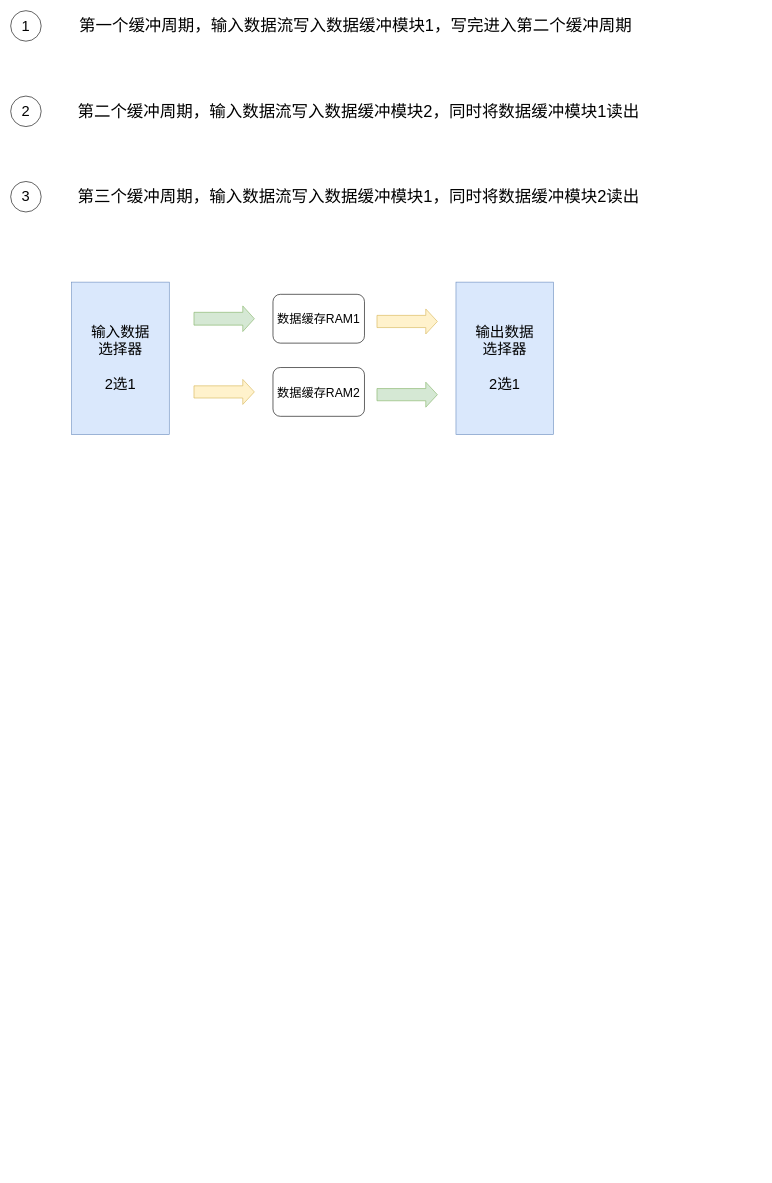
Before: pingpong/pingpong.drawio in zhangxun-avic/FPGA-image-processing, a draw.io diagram. Source tidied: cells renumbered, new cells numbered last; positions are measured from the earlier drawing's top-left corner, leaving out a move shared by most shapes. Both pictures are drawn from the tidied source at 61%, with x=0, y=0 at pixel (10, 10).
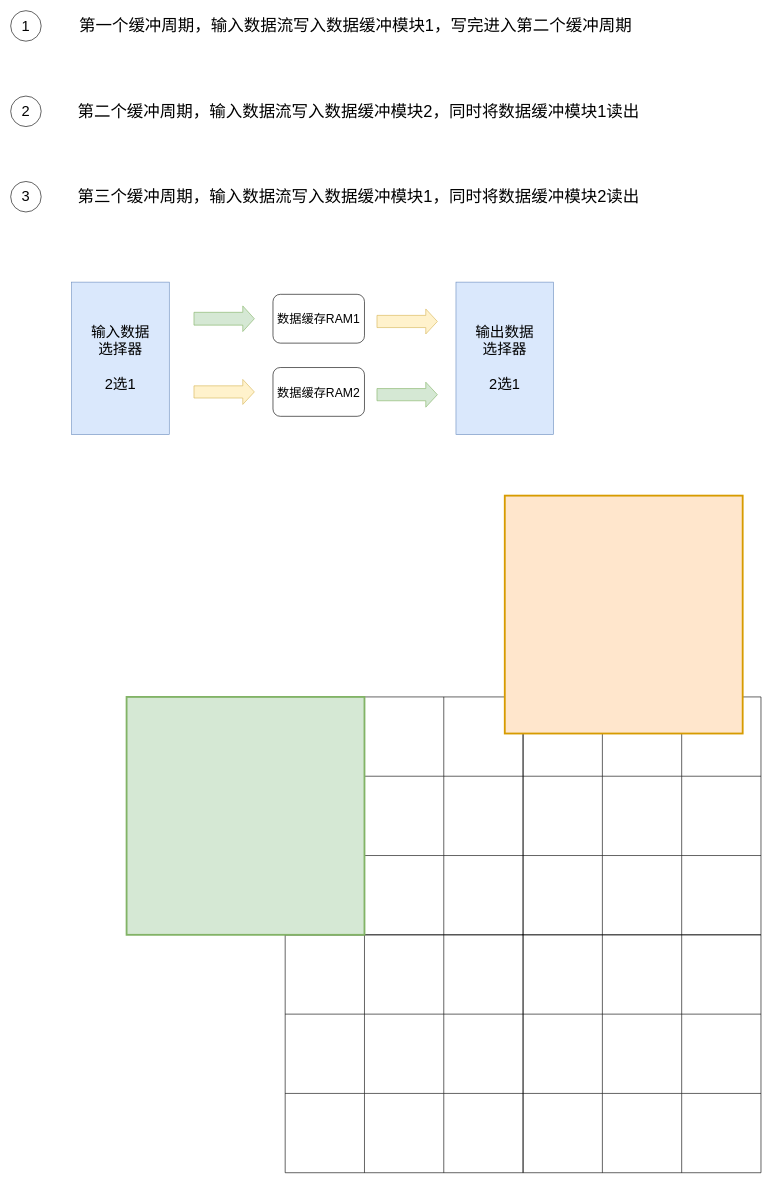
After the change.

What changed in the source:
```diff
@@
+    <mxCell id="16" style="shape=table;startSize=0;childLayout=tableLayout;fontSize=16;fillColor=none;" parent="1" vertex="1">
+      <mxGeometry x="450" y="1125" width="390" height="390" as="geometry" />
+    </mxCell>
+    <mxCell id="17" style="shape=tableRow;horizontal=0;startSize=0;swimlaneHead=0;swimlaneBody=0;strokeColor=inherit;top=0;left=0;bottom=0;right=0;fillColor=none;fontSize=16;" parent="16" vertex="1">
+      <mxGeometry width="390" height="130" as="geometry" />
+    </mxCell>
+    <mxCell id="18" style="shape=partialRectangle;html=1;whiteSpace=wrap;strokeColor=inherit;overflow=hidden;fillColor=none;top=0;left=0;bottom=0;right=0;fontSize=16;" parent="17" vertex="1">
+      <mxGeometry width="130" height="130" as="geometry" />
+    </mxCell>
+    <mxCell id="19" style="shape=partialRectangle;html=1;whiteSpace=wrap;strokeColor=inherit;overflow=hidden;fillColor=none;top=0;left=0;bottom=0;right=0;fontSize=16;" parent="17" vertex="1">
+      <mxGeometry x="130" width="130" height="130" as="geometry" />
+    </mxCell>
+    <mxCell id="20" style="shape=partialRectangle;html=1;whiteSpace=wrap;strokeColor=inherit;overflow=hidden;fillColor=none;top=0;left=0;bottom=0;right=0;fontSize=16;" parent="17" vertex="1">
+      <mxGeometry x="260" width="130" height="130" as="geometry" />
+    </mxCell>
+    <mxCell id="21" style="shape=tableRow;horizontal=0;startSize=0;swimlaneHead=0;swimlaneBody=0;strokeColor=inherit;top=0;left=0;bottom=0;right=0;fillColor=none;fontSize=16;" parent="16" vertex="1">
+      <mxGeometry y="130" width="390" height="130" as="geometry" />
+    </mxCell>
+    <mxCell id="22" style="shape=partialRectangle;html=1;whiteSpace=wrap;strokeColor=inherit;overflow=hidden;fillColor=none;top=0;left=0;bottom=0;right=0;fontSize=16;" parent="21" vertex="1">
+      <mxGeometry width="130" height="130" as="geometry" />
+    </mxCell>
+    <mxCell id="23" style="shape=partialRectangle;html=1;whiteSpace=wrap;strokeColor=inherit;overflow=hidden;fillColor=none;top=0;left=0;bottom=0;right=0;fontSize=16;" parent="21" vertex="1">
+      <mxGeometry x="130" width="130" height="130" as="geometry" />
+    </mxCell>
+    <mxCell id="24" style="shape=partialRectangle;html=1;whiteSpace=wrap;strokeColor=inherit;overflow=hidden;fillColor=none;top=0;left=0;bottom=0;right=0;fontSize=16;" parent="21" vertex="1">
+      <mxGeometry x="260" width="130" height="130" as="geometry" />
+    </mxCell>
+    <mxCell id="25" style="shape=tableRow;horizontal=0;startSize=0;swimlaneHead=0;swimlaneBody=0;strokeColor=inherit;top=0;left=0;bottom=0;right=0;fillColor=none;fontSize=16;" parent="16" vertex="1">
+      <mxGeometry y="260" width="390" height="130" as="geometry" />
+    </mxCell>
+    <mxCell id="26" style="shape=partialRectangle;html=1;whiteSpace=wrap;strokeColor=inherit;overflow=hidden;fillColor=none;top=0;left=0;bottom=0;right=0;fontSize=16;" parent="25" vertex="1">
+      <mxGeometry width="130" height="130" as="geometry" />
+    </mxCell>
+    <mxCell id="27" style="shape=partialRectangle;html=1;whiteSpace=wrap;strokeColor=inherit;overflow=hidden;fillColor=none;top=0;left=0;bottom=0;right=0;fontSize=16;" parent="25" vertex="1">
+      <mxGeometry x="130" width="130" height="130" as="geometry" />
+    </mxCell>
+    <mxCell id="28" style="shape=partialRectangle;html=1;whiteSpace=wrap;strokeColor=inherit;overflow=hidden;fillColor=none;top=0;left=0;bottom=0;right=0;fontSize=16;" parent="25" vertex="1">
+      <mxGeometry x="260" width="130" height="130" as="geometry" />
+    </mxCell>
+    <mxCell id="29" style="shape=table;startSize=0;childLayout=tableLayout;fontSize=16;fillColor=none;" parent="1" vertex="1">
+      <mxGeometry x="840" y="1125" width="390" height="390" as="geometry" />
+    </mxCell>
+    <mxCell id="30" style="shape=tableRow;horizontal=0;startSize=0;swimlaneHead=0;swimlaneBody=0;strokeColor=inherit;top=0;left=0;bottom=0;right=0;fillColor=none;fontSize=16;" parent="29" vertex="1">
+      <mxGeometry width="390" height="130" as="geometry" />
+    </mxCell>
+    <mxCell id="31" style="shape=partialRectangle;html=1;whiteSpace=wrap;strokeColor=inherit;overflow=hidden;fillColor=none;top=0;left=0;bottom=0;right=0;fontSize=16;" parent="30" vertex="1">
+      <mxGeometry width="130" height="130" as="geometry" />
+    </mxCell>
+    <mxCell id="32" style="shape=partialRectangle;html=1;whiteSpace=wrap;strokeColor=inherit;overflow=hidden;fillColor=none;top=0;left=0;bottom=0;right=0;fontSize=16;" parent="30" vertex="1">
+      <mxGeometry x="130" width="130" height="130" as="geometry" />
+    </mxCell>
+    <mxCell id="33" style="shape=partialRectangle;html=1;whiteSpace=wrap;strokeColor=inherit;overflow=hidden;fillColor=none;top=0;left=0;bottom=0;right=0;fontSize=16;" parent="30" vertex="1">
+      <mxGeometry x="260" width="130" height="130" as="geometry" />
+    </mxCell>
+    <mxCell id="34" style="shape=tableRow;horizontal=0;startSize=0;swimlaneHead=0;swimlaneBody=0;strokeColor=inherit;top=0;left=0;bottom=0;right=0;fillColor=none;fontSize=16;" parent="29" vertex="1">
+      <mxGeometry y="130" width="390" height="130" as="geometry" />
+    </mxCell>
+    <mxCell id="35" style="shape=partialRectangle;html=1;whiteSpace=wrap;strokeColor=inherit;overflow=hidden;fillColor=none;top=0;left=0;bottom=0;right=0;fontSize=16;" parent="34" vertex="1">
+      <mxGeometry width="130" height="130" as="geometry" />
+    </mxCell>
+    <mxCell id="36" style="shape=partialRectangle;html=1;whiteSpace=wrap;strokeColor=inherit;overflow=hidden;fillColor=none;top=0;left=0;bottom=0;right=0;fontSize=16;" parent="34" vertex="1">
+      <mxGeometry x="130" width="130" height="130" as="geometry" />
+    </mxCell>
+    <mxCell id="37" style="shape=partialRectangle;html=1;whiteSpace=wrap;strokeColor=inherit;overflow=hidden;fillColor=none;top=0;left=0;bottom=0;right=0;fontSize=16;" parent="34" vertex="1">
+      <mxGeometry x="260" width="130" height="130" as="geometry" />
+    </mxCell>
+    <mxCell id="38" style="shape=tableRow;horizontal=0;startSize=0;swimlaneHead=0;swimlaneBody=0;strokeColor=inherit;top=0;left=0;bottom=0;right=0;fillColor=none;fontSize=16;" parent="29" vertex="1">
+      <mxGeometry y="260" width="390" height="130" as="geometry" />
+    </mxCell>
+    <mxCell id="39" style="shape=partialRectangle;html=1;whiteSpace=wrap;strokeColor=inherit;overflow=hidden;fillColor=none;top=0;left=0;bottom=0;right=0;fontSize=16;" parent="38" vertex="1">
+      <mxGeometry width="130" height="130" as="geometry" />
+    </mxCell>
+    <mxCell id="40" style="shape=partialRectangle;html=1;whiteSpace=wrap;strokeColor=inherit;overflow=hidden;fillColor=none;top=0;left=0;bottom=0;right=0;fontSize=16;" parent="38" vertex="1">
+      <mxGeometry x="130" width="130" height="130" as="geometry" />
+    </mxCell>
+    <mxCell id="41" style="shape=partialRectangle;html=1;whiteSpace=wrap;strokeColor=inherit;overflow=hidden;fillColor=none;top=0;left=0;bottom=0;right=0;fontSize=16;" parent="38" vertex="1">
+      <mxGeometry x="260" width="130" height="130" as="geometry" />
+    </mxCell>
+    <mxCell id="42" style="shape=table;startSize=0;childLayout=tableLayout;fontSize=16;fillColor=none;" parent="1" vertex="1">
+      <mxGeometry x="450" y="1515" width="390" height="390" as="geometry" />
+    </mxCell>
+    <mxCell id="43" style="shape=tableRow;horizontal=0;startSize=0;swimlaneHead=0;swimlaneBody=0;strokeColor=inherit;top=0;left=0;bottom=0;right=0;fillColor=none;fontSize=16;" parent="42" vertex="1">
+      <mxGeometry width="390" height="130" as="geometry" />
+    </mxCell>
+    <mxCell id="44" style="shape=partialRectangle;html=1;whiteSpace=wrap;strokeColor=inherit;overflow=hidden;fillColor=none;top=0;left=0;bottom=0;right=0;fontSize=16;" parent="43" vertex="1">
+      <mxGeometry width="130" height="130" as="geometry" />
+    </mxCell>
+    <mxCell id="45" style="shape=partialRectangle;html=1;whiteSpace=wrap;strokeColor=inherit;overflow=hidden;fillColor=none;top=0;left=0;bottom=0;right=0;fontSize=16;" parent="43" vertex="1">
+      <mxGeometry x="130" width="130" height="130" as="geometry" />
+    </mxCell>
+    <mxCell id="46" style="shape=partialRectangle;html=1;whiteSpace=wrap;strokeColor=inherit;overflow=hidden;fillColor=none;top=0;left=0;bottom=0;right=0;fontSize=16;" parent="43" vertex="1">
+      <mxGeometry x="260" width="130" height="130" as="geometry" />
+    </mxCell>
+    <mxCell id="47" style="shape=tableRow;horizontal=0;startSize=0;swimlaneHead=0;swimlaneBody=0;strokeColor=inherit;top=0;left=0;bottom=0;right=0;fillColor=none;fontSize=16;" parent="42" vertex="1">
+      <mxGeometry y="130" width="390" height="130" as="geometry" />
+    </mxCell>
+    <mxCell id="48" style="shape=partialRectangle;html=1;whiteSpace=wrap;strokeColor=inherit;overflow=hidden;fillColor=none;top=0;left=0;bottom=0;right=0;fontSize=16;" parent="47" vertex="1">
+      <mxGeometry width="130" height="130" as="geometry" />
+    </mxCell>
+    <mxCell id="49" style="shape=partialRectangle;html=1;whiteSpace=wrap;strokeColor=inherit;overflow=hidden;fillColor=none;top=0;left=0;bottom=0;right=0;fontSize=16;" parent="47" vertex="1">
+      <mxGeometry x="130" width="130" height="130" as="geometry" />
+    </mxCell>
+    <mxCell id="50" style="shape=partialRectangle;html=1;whiteSpace=wrap;strokeColor=inherit;overflow=hidden;fillColor=none;top=0;left=0;bottom=0;right=0;fontSize=16;" parent="47" vertex="1">
+      <mxGeometry x="260" width="130" height="130" as="geometry" />
+    </mxCell>
+    <mxCell id="51" style="shape=tableRow;horizontal=0;startSize=0;swimlaneHead=0;swimlaneBody=0;strokeColor=inherit;top=0;left=0;bottom=0;right=0;fillColor=none;fontSize=16;" parent="42" vertex="1">
+      <mxGeometry y="260" width="390" height="130" as="geometry" />
+    </mxCell>
+    <mxCell id="52" style="shape=partialRectangle;html=1;whiteSpace=wrap;strokeColor=inherit;overflow=hidden;fillColor=none;top=0;left=0;bottom=0;right=0;fontSize=16;" parent="51" vertex="1">
+      <mxGeometry width="130" height="130" as="geometry" />
+    </mxCell>
+    <mxCell id="53" style="shape=partialRectangle;html=1;whiteSpace=wrap;strokeColor=inherit;overflow=hidden;fillColor=none;top=0;left=0;bottom=0;right=0;fontSize=16;" parent="51" vertex="1">
+      <mxGeometry x="130" width="130" height="130" as="geometry" />
+    </mxCell>
+    <mxCell id="54" style="shape=partialRectangle;html=1;whiteSpace=wrap;strokeColor=inherit;overflow=hidden;fillColor=none;top=0;left=0;bottom=0;right=0;fontSize=16;" parent="51" vertex="1">
+      <mxGeometry x="260" width="130" height="130" as="geometry" />
+    </mxCell>
+    <mxCell id="55" style="shape=table;startSize=0;childLayout=tableLayout;fontSize=16;fillColor=none;" parent="1" vertex="1">
+      <mxGeometry x="840" y="1515" width="390" height="390" as="geometry" />
+    </mxCell>
+    <mxCell id="56" style="shape=tableRow;horizontal=0;startSize=0;swimlaneHead=0;swimlaneBody=0;strokeColor=inherit;top=0;left=0;bottom=0;right=0;fillColor=none;fontSize=16;" parent="55" vertex="1">
+      <mxGeometry width="390" height="130" as="geometry" />
+    </mxCell>
+    <mxCell id="57" style="shape=partialRectangle;html=1;whiteSpace=wrap;strokeColor=inherit;overflow=hidden;fillColor=none;top=0;left=0;bottom=0;right=0;fontSize=16;" parent="56" vertex="1">
+      <mxGeometry width="130" height="130" as="geometry" />
+    </mxCell>
+    <mxCell id="58" style="shape=partialRectangle;html=1;whiteSpace=wrap;strokeColor=inherit;overflow=hidden;fillColor=none;top=0;left=0;bottom=0;right=0;fontSize=16;" parent="56" vertex="1">
+      <mxGeometry x="130" width="130" height="130" as="geometry" />
+    </mxCell>
+    <mxCell id="59" style="shape=partialRectangle;html=1;whiteSpace=wrap;strokeColor=inherit;overflow=hidden;fillColor=none;top=0;left=0;bottom=0;right=0;fontSize=16;" parent="56" vertex="1">
+      <mxGeometry x="260" width="130" height="130" as="geometry" />
+    </mxCell>
+    <mxCell id="60" style="shape=tableRow;horizontal=0;startSize=0;swimlaneHead=0;swimlaneBody=0;strokeColor=inherit;top=0;left=0;bottom=0;right=0;fillColor=none;fontSize=16;" parent="55" vertex="1">
+      <mxGeometry y="130" width="390" height="130" as="geometry" />
+    </mxCell>
+    <mxCell id="61" style="shape=partialRectangle;html=1;whiteSpace=wrap;strokeColor=inherit;overflow=hidden;fillColor=none;top=0;left=0;bottom=0;right=0;fontSize=16;" parent="60" vertex="1">
+      <mxGeometry width="130" height="130" as="geometry" />
+    </mxCell>
+    <mxCell id="62" style="shape=partialRectangle;html=1;whiteSpace=wrap;strokeColor=inherit;overflow=hidden;fillColor=none;top=0;left=0;bottom=0;right=0;fontSize=16;" parent="60" vertex="1">
+      <mxGeometry x="130" width="130" height="130" as="geometry" />
+    </mxCell>
+    <mxCell id="63" style="shape=partialRectangle;html=1;whiteSpace=wrap;strokeColor=inherit;overflow=hidden;fillColor=none;top=0;left=0;bottom=0;right=0;fontSize=16;" parent="60" vertex="1">
+      <mxGeometry x="260" width="130" height="130" as="geometry" />
+    </mxCell>
+    <mxCell id="64" style="shape=tableRow;horizontal=0;startSize=0;swimlaneHead=0;swimlaneBody=0;strokeColor=inherit;top=0;left=0;bottom=0;right=0;fillColor=none;fontSize=16;" parent="55" vertex="1">
+      <mxGeometry y="260" width="390" height="130" as="geometry" />
+    </mxCell>
+    <mxCell id="65" style="shape=partialRectangle;html=1;whiteSpace=wrap;strokeColor=inherit;overflow=hidden;fillColor=none;top=0;left=0;bottom=0;right=0;fontSize=16;" parent="64" vertex="1">
+      <mxGeometry width="130" height="130" as="geometry" />
+    </mxCell>
+    <mxCell id="66" style="shape=partialRectangle;html=1;whiteSpace=wrap;strokeColor=inherit;overflow=hidden;fillColor=none;top=0;left=0;bottom=0;right=0;fontSize=16;" parent="64" vertex="1">
+      <mxGeometry x="130" width="130" height="130" as="geometry" />
+    </mxCell>
+    <mxCell id="67" style="shape=partialRectangle;html=1;whiteSpace=wrap;strokeColor=inherit;overflow=hidden;fillColor=none;top=0;left=0;bottom=0;right=0;fontSize=16;" parent="64" vertex="1">
+      <mxGeometry x="260" width="130" height="130" as="geometry" />
+    </mxCell>
+    <mxCell id="68" style="whiteSpace=wrap;html=1;strokeColor=#d79b00;strokeWidth=3;fillColor=#ffe6cc;" parent="1" vertex="1">
+      <mxGeometry x="810" y="795" width="390" height="390" as="geometry" />
+    </mxCell>
+    <mxCell id="69" style="whiteSpace=wrap;html=1;strokeColor=#82b366;strokeWidth=3;fillColor=#d5e8d4;fillStyle=auto;" parent="1" vertex="1">
+      <mxGeometry x="190" y="1125" width="390" height="390" as="geometry" />
+    </mxCell>
```
